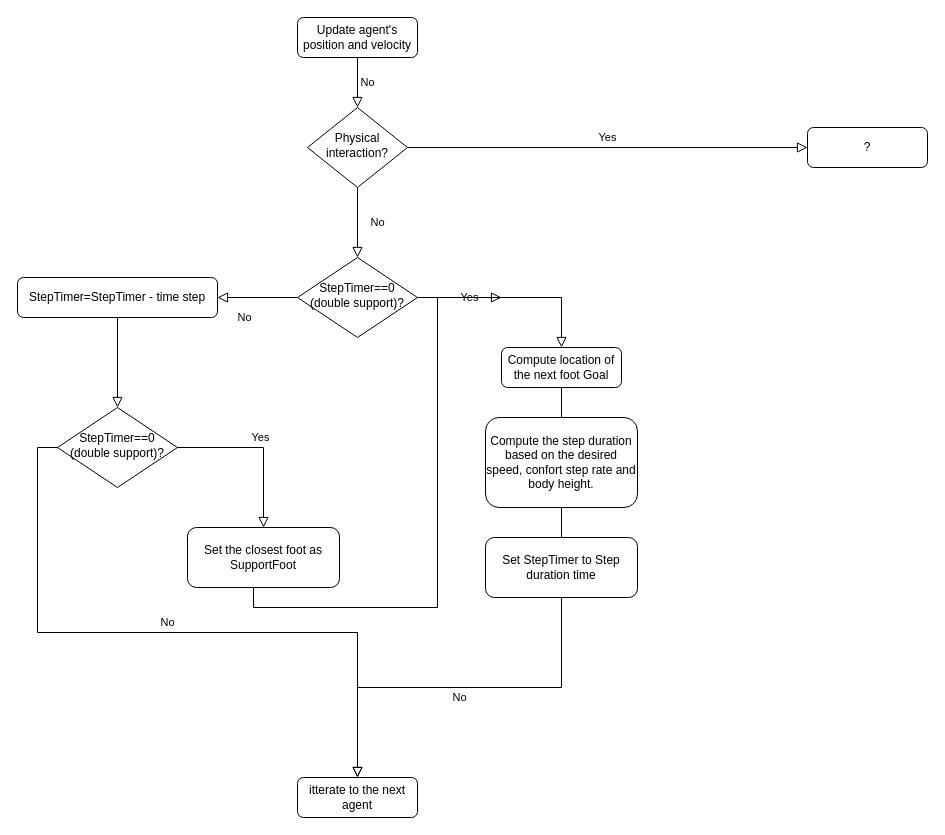
ThoChat/jupedsim_test_sandbox keeps this draw.io diagram as Flowchart_gait_humanoid_model.drawio. Above is the earlier version. Source tidied: cells renumbered, new cells numbered last; positions are measured from the earlier drawing's top-left corner, leaving out a move shared by most shapes. Both pictures are drawn from the tidied source at 100%, with x=0, y=0 at pixel (17, 17).
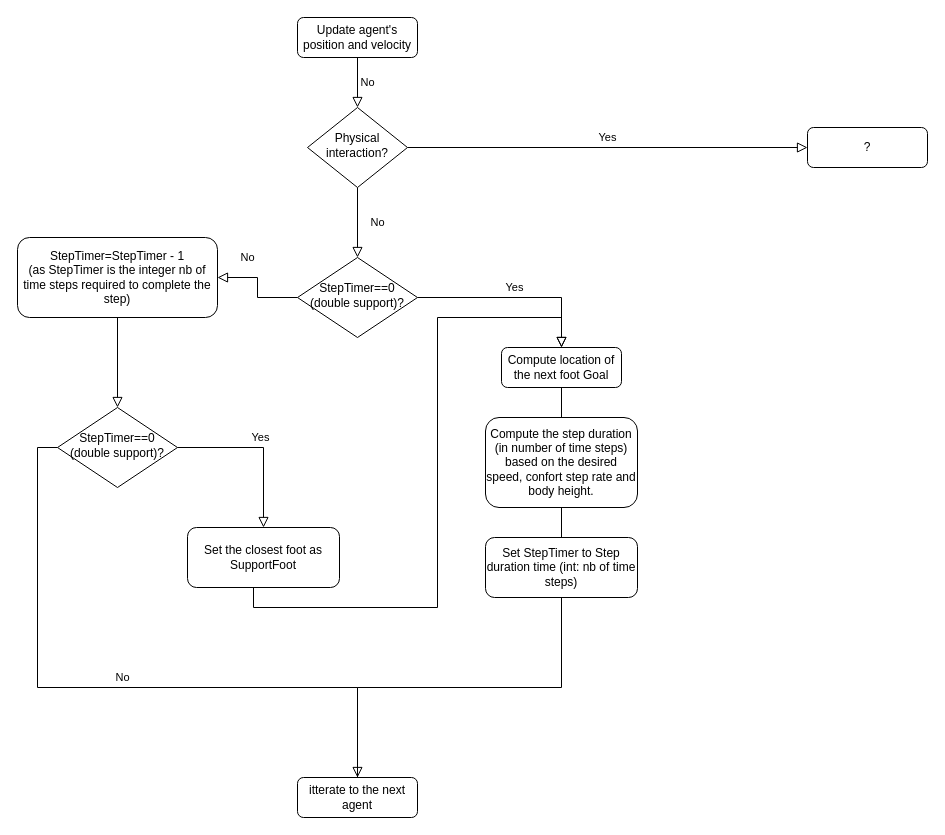
The same page after the edit.

Unchanged cells that the change refers to:
```xml
<mxCell id="8" value="StepTimer==0 (double support)?" style="rhombus;whiteSpace=wrap;html=1;shadow=0;fontFamily=Helvetica;fontSize=12;align=center;strokeWidth=1;spacing=6;spacingTop=-4;" parent="1" vertex="1">
  <mxGeometry x="280" y="240" width="120" height="80" as="geometry" />
</mxCell>
<mxCell id="11" value="Compute location of the next foot Goal" style="rounded=1;whiteSpace=wrap;html=1;fontSize=12;glass=0;strokeWidth=1;shadow=0;" parent="1" vertex="1">
  <mxGeometry x="484" y="330" width="120" height="40" as="geometry" />
</mxCell>
<mxCell id="15" value="StepTimer==0 (double support)?" style="rhombus;whiteSpace=wrap;html=1;shadow=0;fontFamily=Helvetica;fontSize=12;align=center;strokeWidth=1;spacing=6;spacingTop=-4;" parent="1" vertex="1">
  <mxGeometry x="40" y="390" width="120" height="80" as="geometry" />
</mxCell>
<mxCell id="23" value="itterate to the next agent" style="rounded=1;whiteSpace=wrap;html=1;fontSize=12;glass=0;strokeWidth=1;shadow=0;" parent="1" vertex="1">
  <mxGeometry x="280" y="760" width="120" height="40" as="geometry" />
</mxCell>
```

Change to the diagram source:
```diff
@@
     <mxCell id="6" value="No" style="rounded=0;html=1;jettySize=auto;fontSize=11;endArrow=block;endFill=0;endSize=8;strokeWidth=1;shadow=0;labelBackgroundColor=none;edgeStyle=orthogonalEdgeStyle;" parent="1" edge="1" source="8" target="9">
-      <mxGeometry x="0.33" y="20" relative="1" as="geometry" />
+      <mxGeometry x="0.4" y="-20" relative="1" as="geometry" />
     </mxCell>
-    <mxCell id="7" value="Yes" style="edgeStyle=orthogonalEdgeStyle;rounded=0;html=1;jettySize=auto;fontSize=11;endArrow=block;endFill=0;endSize=8;strokeWidth=1;shadow=0;labelBackgroundColor=none;" parent="1" edge="1" source="8">
-      <mxGeometry y="10" relative="1" as="geometry">
-        <mxPoint x="484" y="280" as="targetPoint" />
-      </mxGeometry>
+    <mxCell id="7" value="Yes" style="edgeStyle=orthogonalEdgeStyle;rounded=0;html=1;jettySize=auto;fontSize=11;endArrow=block;endFill=0;endSize=8;strokeWidth=1;shadow=0;labelBackgroundColor=none;entryX=0.5;entryY=0;entryDx=0;entryDy=0;" parent="1" edge="1" source="8" target="11">
+      <mxGeometry y="10" relative="1" as="geometry" />
     </mxCell>
@@
-    <mxCell id="9" value="StepTimer=StepTimer - time step" style="rounded=1;whiteSpace=wrap;html=1;fontSize=12;glass=0;strokeWidth=1;shadow=0;" parent="1" vertex="1">
-      <mxGeometry y="260" width="200" height="40" as="geometry" />
+    <mxCell id="9" value="&lt;div&gt;StepTimer=StepTimer - 1&lt;/div&gt;&lt;div&gt;(as StepTimer is the integer nb of time steps required to complete the step)&lt;br&gt;&lt;/div&gt;" style="rounded=1;whiteSpace=wrap;html=1;fontSize=12;glass=0;strokeWidth=1;shadow=0;" parent="1" vertex="1">
+      <mxGeometry y="220" width="200" height="80" as="geometry" />
     </mxCell>
-    <mxCell id="10" value="&lt;div&gt;Compute the step duration based on the desired speed, confort step rate and body height.&lt;/div&gt;" style="rounded=1;whiteSpace=wrap;html=1;fontSize=12;glass=0;strokeWidth=1;shadow=0;" parent="1" vertex="1">
+    <mxCell id="10" value="&lt;div&gt;Compute the step duration (in number of time steps) based on the desired speed, confort step rate and body height.&lt;/div&gt;" style="rounded=1;whiteSpace=wrap;html=1;fontSize=12;glass=0;strokeWidth=1;shadow=0;" parent="1" vertex="1">
       <mxGeometry x="468" y="400" width="152" height="90" as="geometry" />
     </mxCell>
@@
-    <mxCell id="12" value="Set StepTimer to Step duration time" style="rounded=1;whiteSpace=wrap;html=1;fontSize=12;glass=0;strokeWidth=1;shadow=0;" parent="1" vertex="1">
+    <mxCell id="12" value="Set StepTimer to Step duration time (int: nb of time steps)" style="rounded=1;whiteSpace=wrap;html=1;fontSize=12;glass=0;strokeWidth=1;shadow=0;" parent="1" vertex="1">
       <mxGeometry x="468" y="520" width="152" height="60" as="geometry" />
     </mxCell>
@@
-    <mxCell id="18" value="No" style="edgeStyle=orthogonalEdgeStyle;rounded=0;html=1;jettySize=auto;fontSize=11;endArrow=block;endFill=0;endSize=8;strokeWidth=1;shadow=0;labelBackgroundColor=none;exitX=0;exitY=0.5;exitDx=0;exitDy=0;entryX=0.5;entryY=0;entryDx=0;entryDy=0;" parent="1" edge="1" source="15" target="23">
-      <mxGeometry y="10" relative="1" as="geometry" />
+    <mxCell id="18" value="No" style="edgeStyle=orthogonalEdgeStyle;rounded=0;html=1;jettySize=auto;fontSize=11;endArrow=block;endFill=0;endSize=8;strokeWidth=1;shadow=0;labelBackgroundColor=none;exitX=0;exitY=0.5;exitDx=0;exitDy=0;entryX=0.5;entryY=0;entryDx=0;entryDy=0;" parent="1" edge="1" source="15">
+      <mxGeometry y="10" relative="1" as="geometry">
+        <mxPoint x="340" y="780" as="targetPoint" />
+        <Array as="points">
+          <mxPoint x="20" y="430" />
+          <mxPoint x="20" y="670" />
+          <mxPoint x="340" y="670" />
+        </Array>
+      </mxGeometry>
     </mxCell>
     <mxCell id="19" style="edgeStyle=orthogonalEdgeStyle;rounded=0;html=1;jettySize=auto;fontSize=11;endArrow=block;endFill=0;endSize=8;strokeWidth=1;shadow=0;labelBackgroundColor=none;entryX=0.5;entryY=0;entryDx=0;entryDy=0;exitX=0.5;exitY=1;exitDx=0;exitDy=0;" parent="1" edge="1" target="11">
       <mxGeometry y="10" relative="1" as="geometry">
         <mxPoint x="236" y="570" as="sourcePoint" />
         <Array as="points">
           <mxPoint x="236" y="590" />
           <mxPoint x="420" y="590" />
-          <mxPoint x="420" y="280" />
-          <mxPoint x="544" y="280" />
+          <mxPoint x="420" y="300" />
+          <mxPoint x="544" y="300" />
         </Array>
       </mxGeometry>
     </mxCell>
@@
-    <mxCell id="24" value="No" style="edgeStyle=orthogonalEdgeStyle;rounded=0;html=1;jettySize=auto;fontSize=11;endArrow=block;endFill=0;endSize=8;strokeWidth=1;shadow=0;labelBackgroundColor=none;exitX=0.5;exitY=1;exitDx=0;exitDy=0;entryX=0.5;entryY=0;entryDx=0;entryDy=0;" parent="1" edge="1" source="12" target="23">
+    <mxCell id="24" style="edgeStyle=orthogonalEdgeStyle;rounded=0;html=1;jettySize=auto;fontSize=11;endArrow=block;endFill=0;endSize=8;strokeWidth=1;shadow=0;labelBackgroundColor=none;exitX=0.5;exitY=1;exitDx=0;exitDy=0;entryX=0.5;entryY=0;entryDx=0;entryDy=0;" parent="1" edge="1" source="12" target="23">
       <mxGeometry y="10" relative="1" as="geometry" />
     </mxCell>
```
